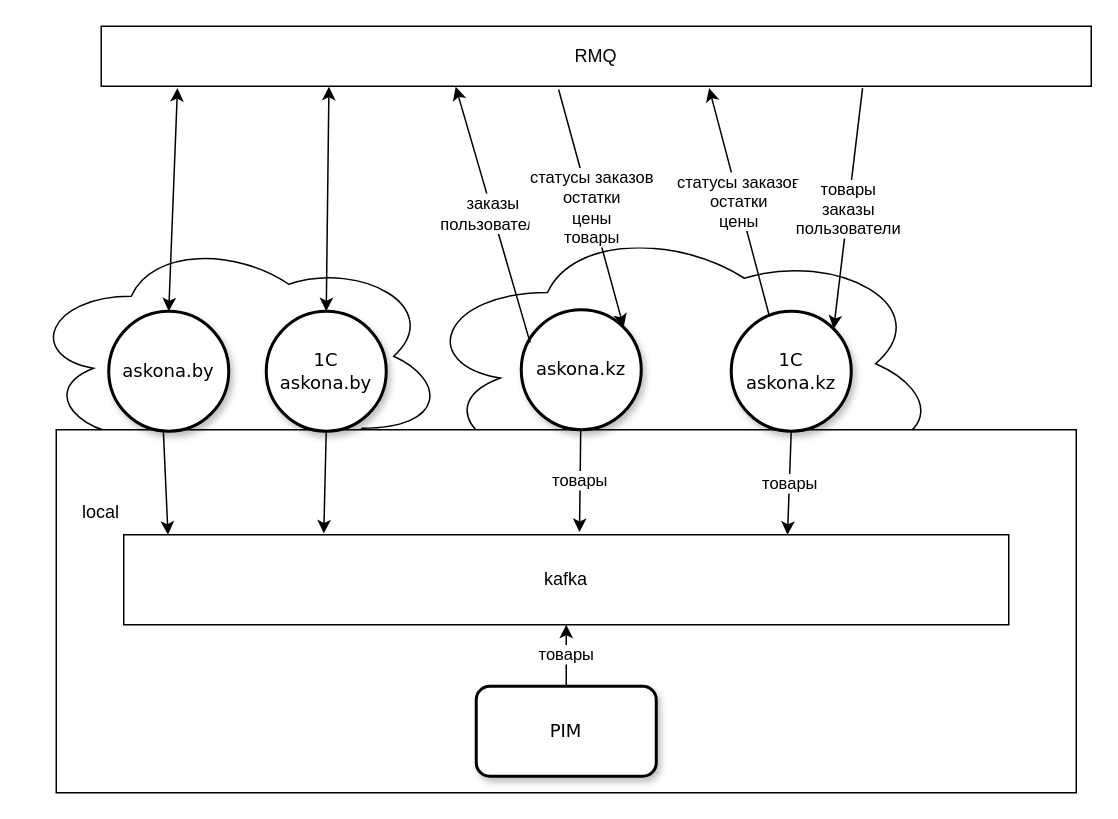
vartananastasia/ii keeps this draw.io diagram as page "Page-7" (7 of 7) of Untitled Diagram.drawio. Above is the earlier version. Source tidied: cells renumbered, new cells numbered last; positions are measured from the earlier drawing's top-left corner, leaving out a move shared by most shapes. Both pictures are drawn from the tidied source at 150%, with x=0, y=0 at pixel (26, 26).
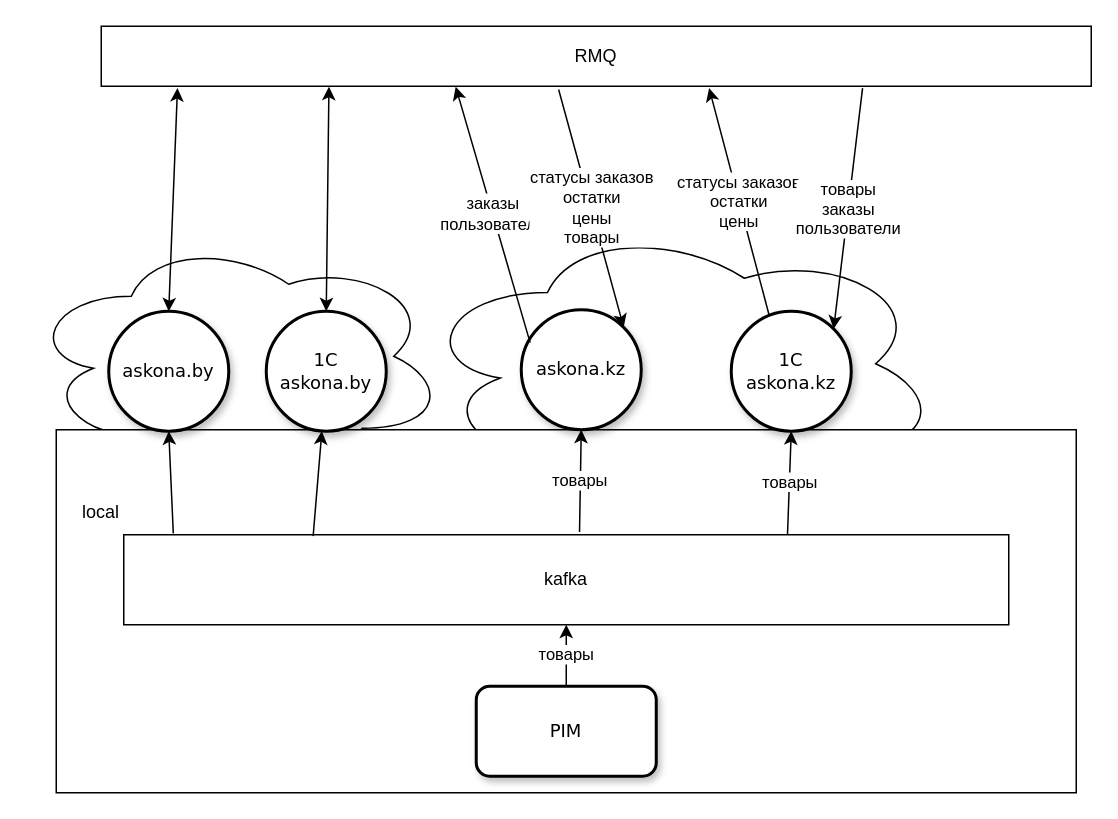
After the change.

The change refers to these unchanged cells:
```xml
<mxCell id="4" style="rounded=0;whiteSpace=wrap;html=1;" parent="1" vertex="1">
  <mxGeometry x="20" y="269" width="680" height="242" as="geometry" />
</mxCell>
<mxCell id="6" value="kafka" style="rounded=0;whiteSpace=wrap;html=1;" parent="1" vertex="1">
  <mxGeometry x="65" y="339" width="590" height="60" as="geometry" />
</mxCell>
<mxCell id="8" value="askona.kz" style="ellipse;whiteSpace=wrap;html=1;rounded=1;shadow=1;comic=0;labelBackgroundColor=none;strokeWidth=2;fontFamily=Verdana;fontSize=12;align=center;" parent="1" vertex="1">
  <mxGeometry x="330" y="189" width="80" height="80" as="geometry" />
</mxCell>
<mxCell id="9" value="askona.by" style="ellipse;whiteSpace=wrap;html=1;rounded=1;shadow=1;comic=0;labelBackgroundColor=none;strokeWidth=2;fontFamily=Verdana;fontSize=12;align=center;" parent="1" vertex="1">
  <mxGeometry x="55" y="190" width="80" height="80" as="geometry" />
</mxCell>
<mxCell id="10" value="1C&lt;br&gt;askona.by" style="ellipse;whiteSpace=wrap;html=1;rounded=1;shadow=1;comic=0;labelBackgroundColor=none;strokeWidth=2;fontFamily=Verdana;fontSize=12;align=center;" parent="1" vertex="1">
  <mxGeometry x="160" y="190" width="80" height="80" as="geometry" />
</mxCell>
<mxCell id="11" value="1C askona.kz" style="ellipse;whiteSpace=wrap;html=1;rounded=1;shadow=1;comic=0;labelBackgroundColor=none;strokeWidth=2;fontFamily=Verdana;fontSize=12;align=center;" parent="1" vertex="1">
  <mxGeometry x="470" y="190" width="80" height="80" as="geometry" />
</mxCell>
```

The edit, as a diff of the source:
```diff
@@
-    <mxCell id="18" style="endArrow=classic;html=1;rounded=0;exitX=0.105;exitY=0.003;exitDx=0;exitDy=0;exitPerimeter=0;entryX=0.05;entryY=0;entryDx=0;entryDy=0;entryPerimeter=0;" parent="1" edge="1" source="4" target="6">
-      <mxGeometry relative="1" as="geometry" />
-    </mxCell>
-    <mxCell id="19" value="товары" style="endArrow=classic;html=1;rounded=0;entryX=0.515;entryY=-0.03;entryDx=0;entryDy=0;entryPerimeter=0;" parent="1" edge="1" source="8" target="6">
-      <mxGeometry relative="1" as="geometry" />
-    </mxCell>
-    <mxCell id="20" style="endArrow=classic;html=1;rounded=0;exitX=0.5;exitY=1;exitDx=0;exitDy=0;entryX=0.226;entryY=-0.015;entryDx=0;entryDy=0;entryPerimeter=0;" parent="1" edge="1" source="10" target="6">
-      <mxGeometry relative="1" as="geometry" />
-    </mxCell>
@@
-    <mxCell id="23" value="товары" style="endArrow=classic;html=1;rounded=0;exitX=0.5;exitY=1;exitDx=0;exitDy=0;entryX=0.75;entryY=0;entryDx=0;entryDy=0;" parent="1" edge="1" source="11" target="6">
+    <mxCell id="23" value="товары" style="endArrow=classic;html=1;rounded=0;exitX=0.75;exitY=0;exitDx=0;exitDy=0;entryX=0.5;entryY=1;entryDx=0;entryDy=0;" parent="1" edge="1" source="6" target="11">
       <mxGeometry relative="1" as="geometry" />
     </mxCell>
+    <mxCell id="19" value="товары" style="endArrow=classic;html=1;rounded=0;exitX=0.515;exitY=-0.03;exitDx=0;exitDy=0;entryX=0.5;entryY=1;entryDx=0;entryDy=0;exitPerimeter=0;" parent="1" edge="1" source="6" target="8">
+      <mxGeometry relative="1" as="geometry" />
+    </mxCell>
+    <mxCell id="24" style="endArrow=classic;html=1;rounded=0;exitX=0.214;exitY=0.015;exitDx=0;exitDy=0;exitPerimeter=0;" parent="1" edge="1" source="6" target="10">
+      <mxGeometry relative="1" as="geometry" />
+    </mxCell>
+    <mxCell id="25" style="endArrow=classic;html=1;rounded=0;exitX=0.056;exitY=-0.015;exitDx=0;exitDy=0;exitPerimeter=0;entryX=0.5;entryY=1;entryDx=0;entryDy=0;" parent="1" edge="1" source="6" target="9">
+      <mxGeometry relative="1" as="geometry" />
+    </mxCell>
```
